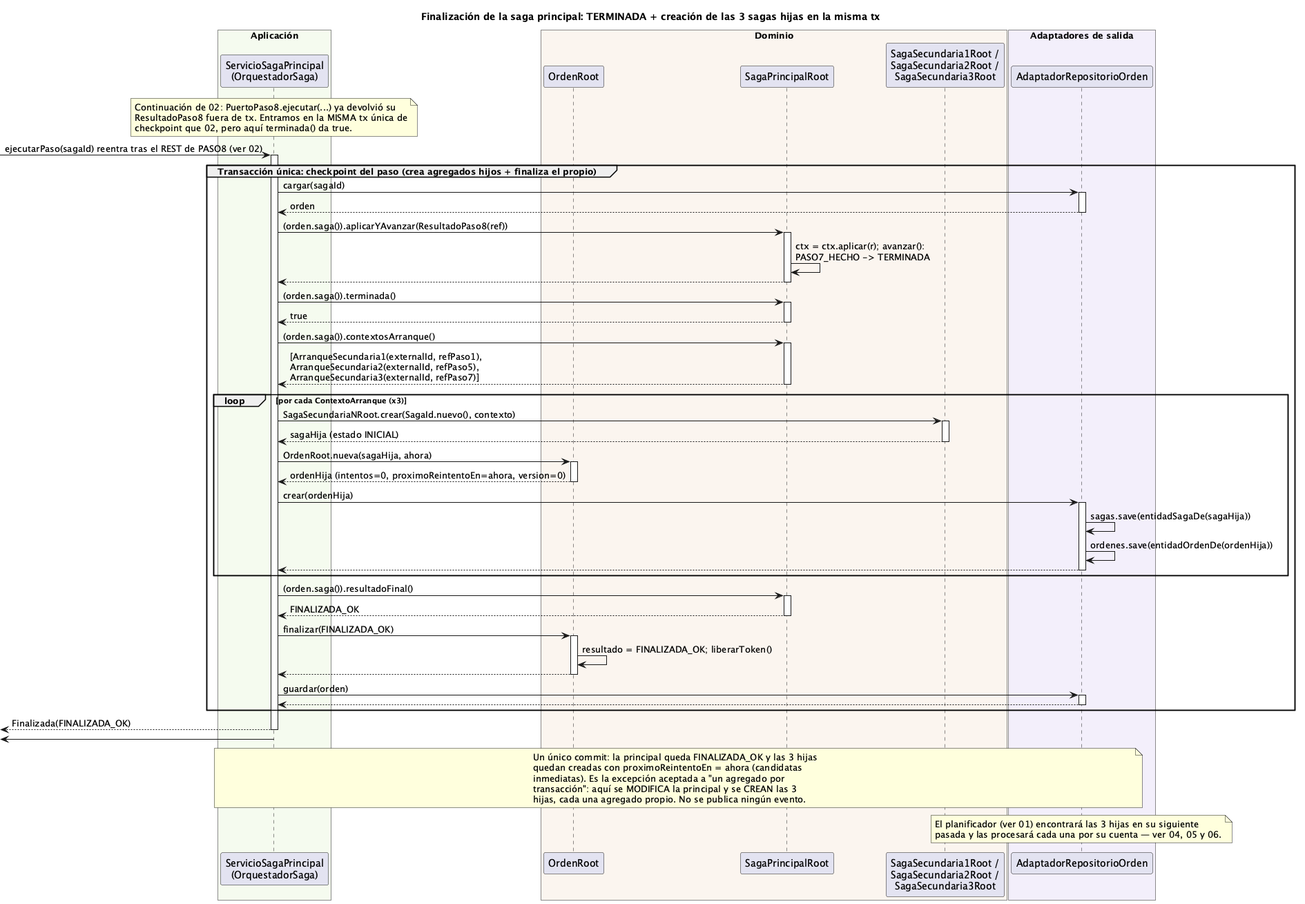
The PlantUML diagram order-manager/docs/03-finalizacion-saga-principal.png in ralcazar/patrones, before a commit.
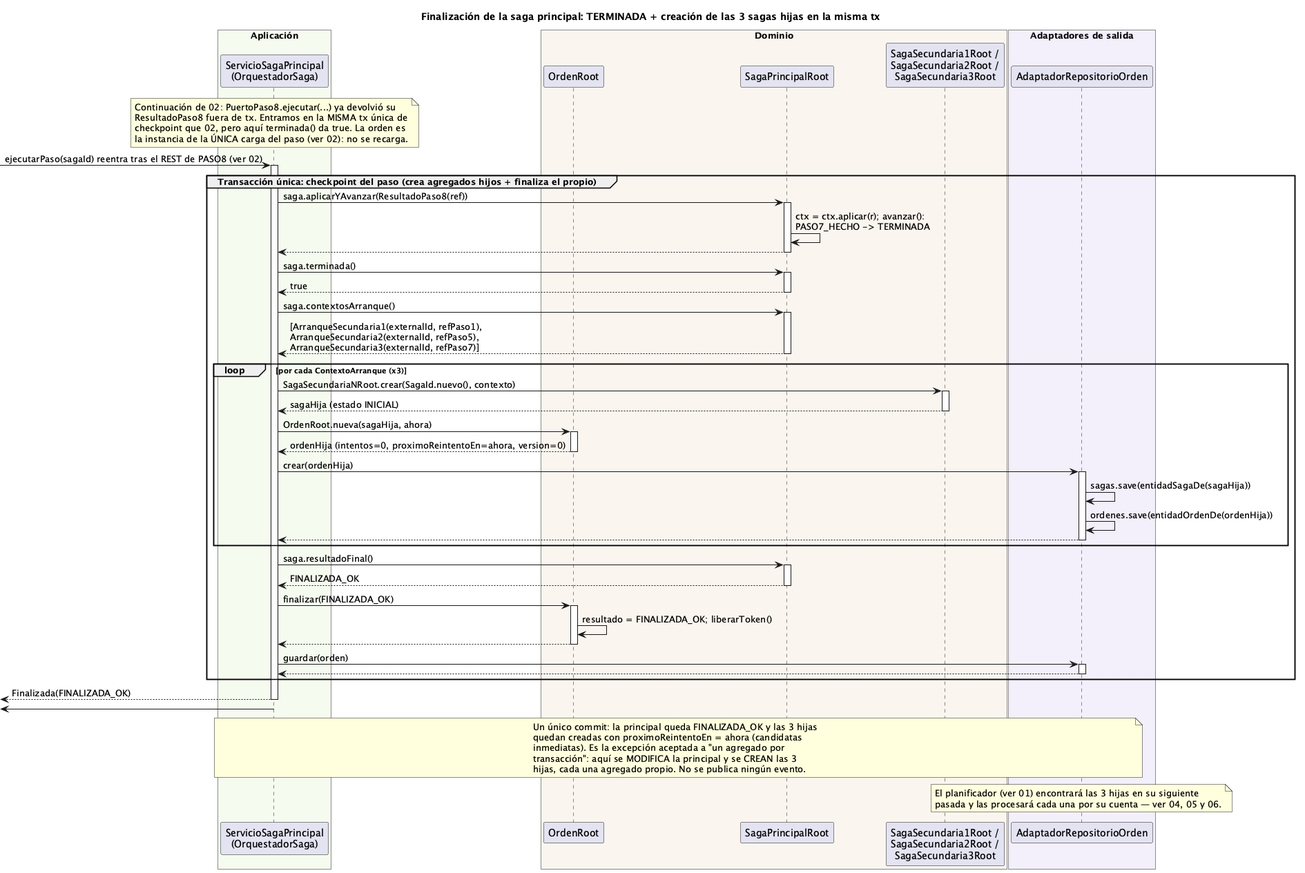
Later version of the same file.

Change to the diagram source:
```diff
@@ -16,22 +16,21 @@
 note over ORQ
   Continuación de 02: PuertoPaso8.ejecutar(...) ya devolvió su
   ResultadoPaso8 fuera de tx. Entramos en la MISMA tx única de
-  checkpoint que 02, pero aquí terminada() da true.
+  checkpoint que 02, pero aquí terminada() da true. La orden es
+  la instancia de la ÚNICA carga del paso (ver 02): no se recarga.
 end note
 
 [-> ORQ : ejecutarPaso(sagaId) reentra tras el REST de PASO8 (ver 02)
 activate ORQ
 
 group Transacción única: checkpoint del paso (crea agregados hijos + finaliza el propio)
-  ORQ -> REPO ++ : cargar(sagaId)
-  return orden
-  ORQ -> SAGA ++ : (orden.saga()).aplicarYAvanzar(ResultadoPaso8(ref))
+  ORQ -> SAGA ++ : saga.aplicarYAvanzar(ResultadoPaso8(ref))
   SAGA -> SAGA : ctx = ctx.aplicar(r); avanzar():\nPASO7_HECHO -> TERMINADA
   return
-  ORQ -> SAGA ++ : (orden.saga()).terminada()
+  ORQ -> SAGA ++ : saga.terminada()
   return true
 
-  ORQ -> SAGA ++ : (orden.saga()).contextosArranque()
+  ORQ -> SAGA ++ : saga.contextosArranque()
   return [ArranqueSecundaria1(externalId, refPaso1),\nArranqueSecundaria2(externalId, refPaso5),\nArranqueSecundaria3(externalId, refPaso7)]
 
   loop por cada ContextoArranque (x3)
@@ -45,7 +44,7 @@
     return
   end
 
-  ORQ -> SAGA ++ : (orden.saga()).resultadoFinal()
+  ORQ -> SAGA ++ : saga.resultadoFinal()
   return FINALIZADA_OK
   ORQ -> ORDEN ++ : finalizar(FINALIZADA_OK)
   ORDEN -> ORDEN : resultado = FINALIZADA_OK; liberarToken()
```
